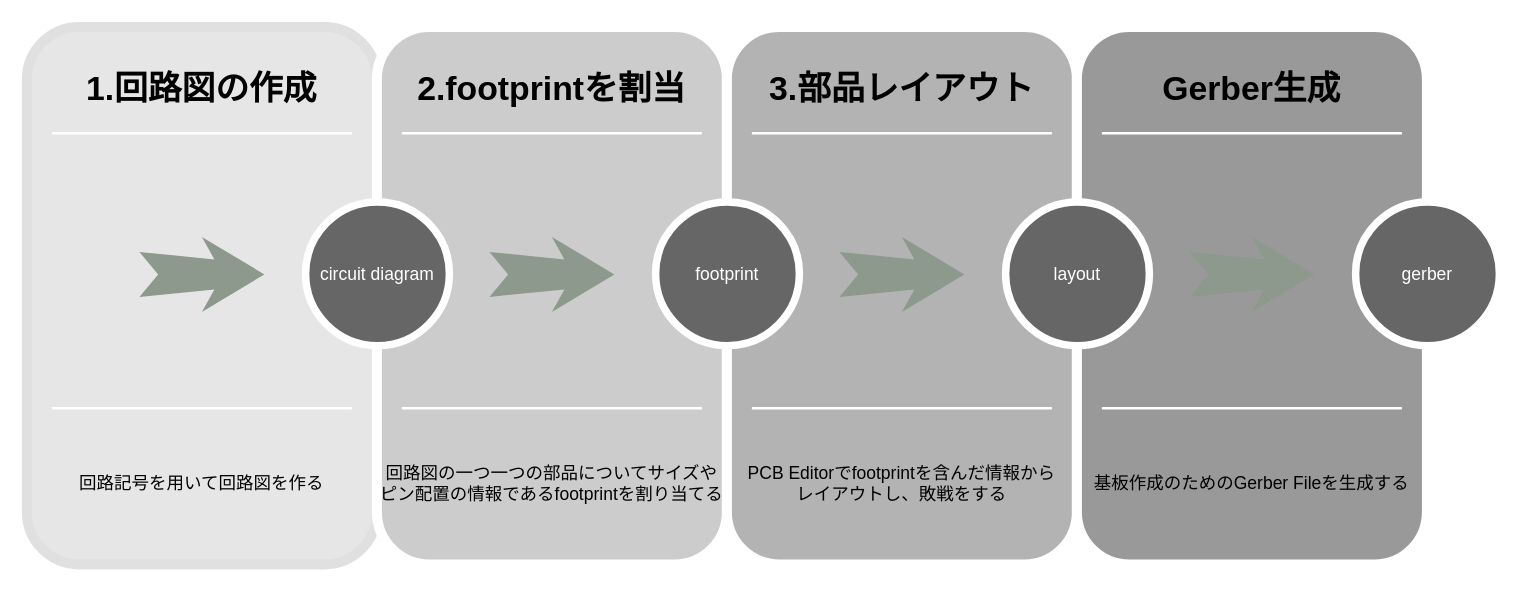
Above: images/KiCAD7.drawio in etalli/HOWTO (draw.io), before the change. Source tidied: cells renumbered, new cells numbered last; positions are measured from the earlier drawing's top-left corner, leaving out a move shared by most shapes. Both pictures are drawn from the tidied source at 125%, with x=0, y=0 at pixel (26, 26).
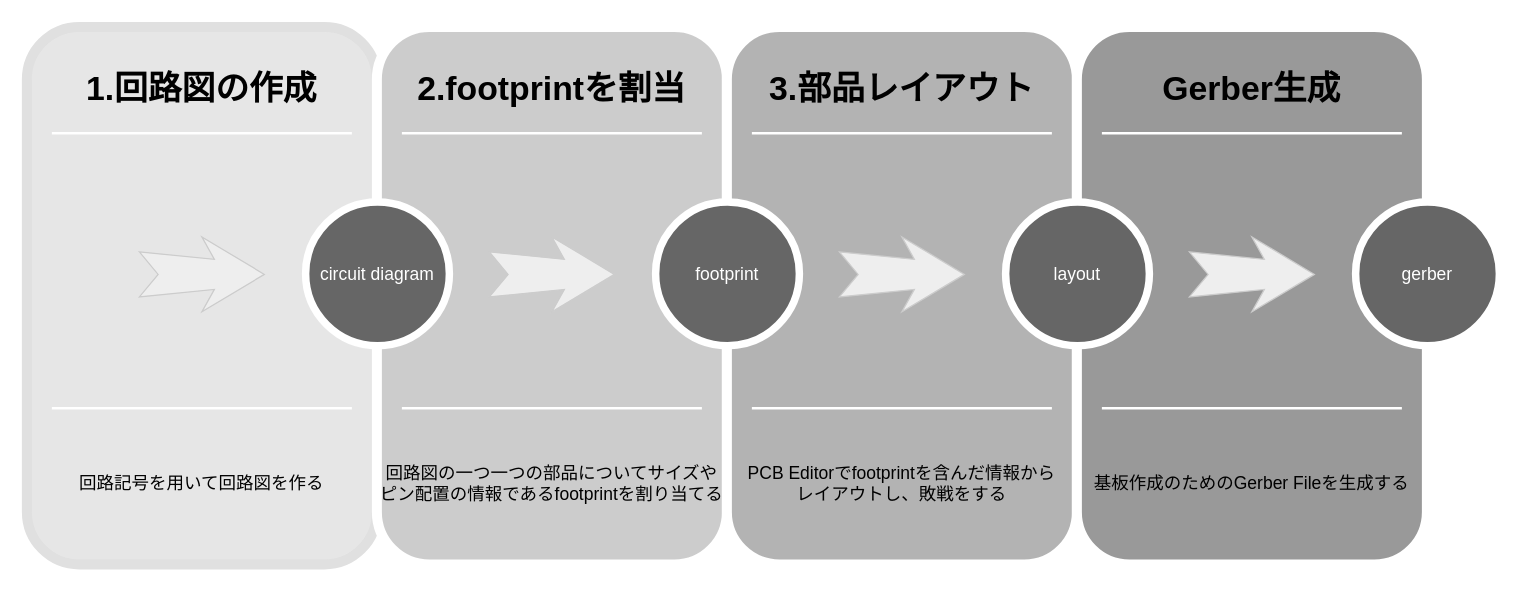
The same page after the edit.

What changed in the source:
```diff
@@
-    <mxCell id="7" style="html=1;shadow=0;dashed=0;align=center;verticalAlign=middle;shape=mxgraph.arrows2.stylisedArrow;dy=0.6;dx=40;notch=15;feather=0.4;rounded=0;strokeWidth=1;fontSize=27;strokeColor=none;fillColor=#8C998C;fontColor=#E6E6E6;" parent="1" vertex="1">
+    <mxCell id="7" style="html=1;shadow=0;dashed=0;align=center;verticalAlign=middle;shape=mxgraph.arrows2.stylisedArrow;dy=0.6;dx=40;notch=15;feather=0.4;rounded=0;strokeWidth=1;fontSize=27;fillColor=#eeeeee;strokeColor=#CCCCCC;" parent="1" vertex="1">
       <mxGeometry x="90" y="168" width="100" height="60" as="geometry" />
     </mxCell>
@@
-    <mxCell id="14" style="html=1;shadow=0;dashed=0;align=center;verticalAlign=middle;shape=mxgraph.arrows2.stylisedArrow;dy=0.6;dx=40;notch=15;feather=0.4;rounded=0;strokeWidth=1;fontSize=27;strokeColor=none;fillColor=#8C998C;fontColor=#E6E6E6;" parent="1" vertex="1">
+    <mxCell id="14" style="html=1;shadow=0;dashed=0;align=center;verticalAlign=middle;shape=mxgraph.arrows2.stylisedArrow;dy=0.6;dx=40;notch=15;feather=0.4;rounded=0;strokeWidth=1;fontSize=27;fillColor=#eeeeee;strokeColor=#CCCCCC;" parent="1" vertex="1">
       <mxGeometry x="370" y="168" width="100" height="60" as="geometry" />
     </mxCell>
@@
-    <mxCell id="21" style="html=1;shadow=0;dashed=0;align=center;verticalAlign=middle;shape=mxgraph.arrows2.stylisedArrow;dy=0.6;dx=40;notch=15;feather=0.4;rounded=0;strokeWidth=1;fontSize=27;strokeColor=none;fillColor=#8C998C;fontColor=#E6E6E6;" parent="1" vertex="1">
+    <mxCell id="21" style="html=1;shadow=0;dashed=0;align=center;verticalAlign=middle;shape=mxgraph.arrows2.stylisedArrow;dy=0.6;dx=40;notch=15;feather=0.4;rounded=0;strokeWidth=1;fontSize=27;fillColor=#eeeeee;strokeColor=#CCCCCC;" parent="1" vertex="1">
       <mxGeometry x="650" y="168" width="100" height="60" as="geometry" />
     </mxCell>
@@
-    <mxCell id="28" style="html=1;shadow=0;dashed=0;align=center;verticalAlign=middle;shape=mxgraph.arrows2.stylisedArrow;dy=0.6;dx=40;notch=15;feather=0.4;rounded=0;strokeWidth=1;fontSize=27;strokeColor=none;fillColor=#8C998C;fontColor=#E6E6E6;" parent="1" vertex="1">
+    <mxCell id="28" style="html=1;shadow=0;dashed=0;align=center;verticalAlign=middle;shape=mxgraph.arrows2.stylisedArrow;dy=0.6;dx=40;notch=15;feather=0.4;rounded=0;strokeWidth=1;fontSize=27;fillColor=#eeeeee;strokeColor=#CCCCCC;" parent="1" vertex="1">
       <mxGeometry x="930" y="168" width="100" height="60" as="geometry" />
     </mxCell>
```
